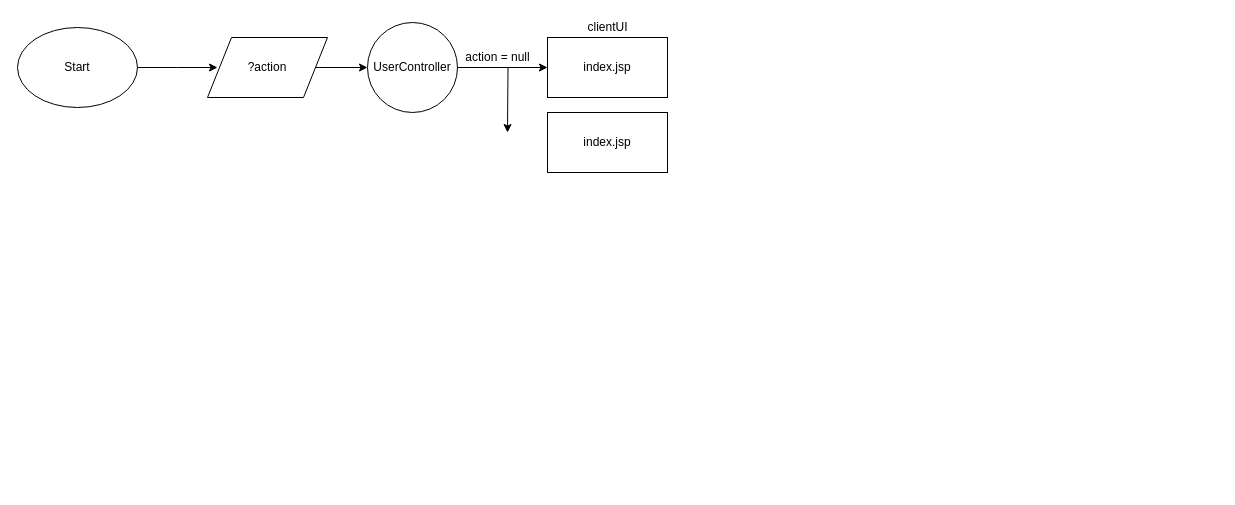
duyphuong403/PetCare keeps this draw.io diagram as page "Software Flowchart" (3 of 4) of Documents/Diagrams/Overrall-Design.drawio. Above is the earlier version. Source tidied: cells renumbered, new cells numbered last; positions are measured from the earlier drawing's top-left corner, leaving out a move shared by most shapes. Both pictures are drawn from the tidied source at 100%, with x=0, y=0 at pixel (17, 17).
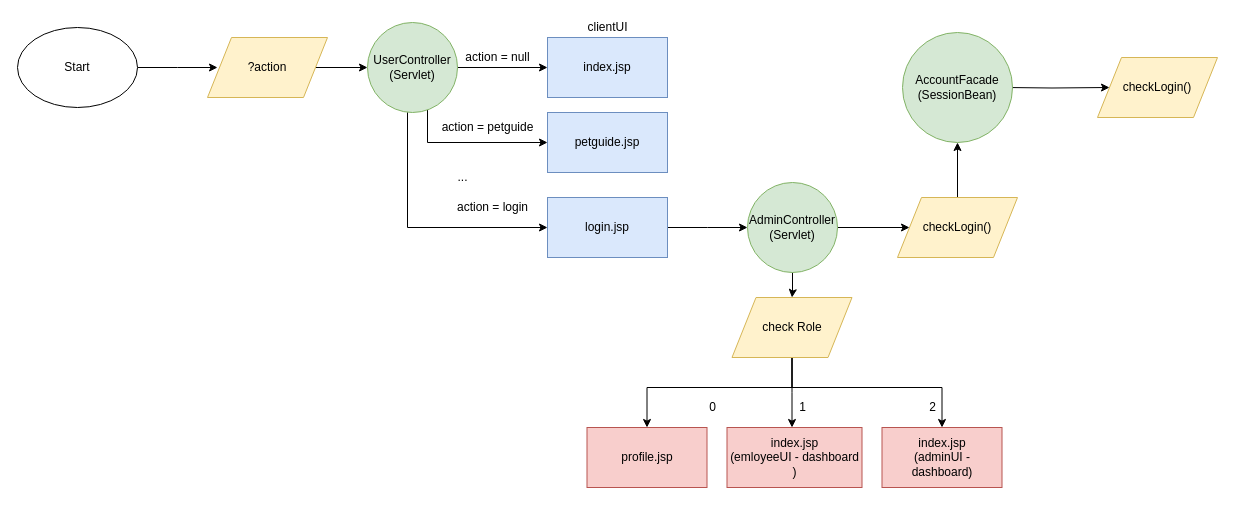
Above is the later version.

What changed in the source:
```diff
@@
-    <mxCell id="4" value="index.jsp" style="rounded=0;whiteSpace=wrap;html=1;" parent="1" vertex="1">
+    <mxCell id="4" value="index.jsp" style="rounded=0;whiteSpace=wrap;html=1;fillColor=#dae8fc;strokeColor=#6c8ebf;" parent="1" vertex="1">
       <mxGeometry x="530" y="20" width="120" height="60" as="geometry" />
     </mxCell>
@@
-    <mxCell id="7" style="edgeStyle=orthogonalEdgeStyle;rounded=0;jettySize=auto;html=1;" parent="1" edge="1" source="8">
+    <mxCell id="7" style="edgeStyle=orthogonalEdgeStyle;rounded=0;jettySize=auto;html=1;entryX=0;entryY=0.5;entryDx=0;entryDy=0;" parent="1" edge="1" source="8" target="12">
       <mxGeometry relative="1" as="geometry">
-        <mxPoint x="490" y="115" as="targetPoint" />
+        <Array as="points">
+          <mxPoint x="410" y="125" />
+        </Array>
       </mxGeometry>
     </mxCell>
+    <mxCell id="13" style="edgeStyle=orthogonalEdgeStyle;rounded=0;jettySize=auto;html=1;entryX=0;entryY=0.5;entryDx=0;entryDy=0;" parent="1" edge="1" source="8" target="17">
+      <mxGeometry relative="1" as="geometry">
+        <Array as="points">
+          <mxPoint x="390" y="210" />
+        </Array>
+      </mxGeometry>
+    </mxCell>
-    <mxCell id="8" value="UserController" style="ellipse;whiteSpace=wrap;html=1;" parent="1" vertex="1">
+    <mxCell id="8" value="UserController&lt;br&gt;(Servlet)" style="ellipse;whiteSpace=wrap;html=1;fillColor=#d5e8d4;strokeColor=#82b366;" parent="1" vertex="1">
       <mxGeometry x="350" y="5" width="90" height="90" as="geometry" />
     </mxCell>
@@
-    <mxCell id="10" value="?action" style="shape=parallelogram;perimeter=parallelogramPerimeter;whiteSpace=wrap;html=1;" parent="1" vertex="1">
+    <mxCell id="10" value="?action" style="shape=parallelogram;perimeter=parallelogramPerimeter;whiteSpace=wrap;html=1;fillColor=#fff2cc;strokeColor=#d6b656;" parent="1" vertex="1">
       <mxGeometry x="190" y="20" width="120" height="60" as="geometry" />
     </mxCell>
@@
-    <mxCell id="12" value="index.jsp" style="rounded=0;whiteSpace=wrap;html=1;" parent="1" vertex="1">
+    <mxCell id="12" value="petguide.jsp" style="rounded=0;whiteSpace=wrap;html=1;fillColor=#dae8fc;strokeColor=#6c8ebf;" parent="1" vertex="1">
       <mxGeometry x="530" y="95" width="120" height="60" as="geometry" />
     </mxCell>
+    <mxCell id="14" value="action = petguide" style="text;html=1;align=center;verticalAlign=middle;" parent="1" vertex="1">
+      <mxGeometry x="415" y="100" width="110" height="20" as="geometry" />
+    </mxCell>
+    <mxCell id="15" value="..." style="text;html=1;align=center;verticalAlign=middle;" parent="1" vertex="1">
+      <mxGeometry x="430" y="150" width="30" height="20" as="geometry" />
+    </mxCell>
+    <mxCell id="16" style="edgeStyle=orthogonalEdgeStyle;rounded=0;jettySize=auto;html=1;" parent="1" edge="1" source="17">
+      <mxGeometry relative="1" as="geometry">
+        <mxPoint x="730" y="210" as="targetPoint" />
+      </mxGeometry>
+    </mxCell>
+    <mxCell id="17" value="login.jsp" style="rounded=0;whiteSpace=wrap;html=1;fillColor=#dae8fc;strokeColor=#6c8ebf;" parent="1" vertex="1">
+      <mxGeometry x="530" y="180" width="120" height="60" as="geometry" />
+    </mxCell>
+    <mxCell id="18" value="action = login" style="text;html=1;align=center;verticalAlign=middle;" parent="1" vertex="1">
+      <mxGeometry x="430" y="180" width="90" height="20" as="geometry" />
+    </mxCell>
+    <mxCell id="19" style="edgeStyle=orthogonalEdgeStyle;rounded=0;jettySize=auto;html=1;entryX=0.5;entryY=0;entryDx=0;entryDy=0;" parent="1" edge="1" source="22" target="26">
+      <mxGeometry relative="1" as="geometry">
+        <Array as="points">
+          <mxPoint x="774.5" y="370" />
+          <mxPoint x="629.5" y="370" />
+        </Array>
+      </mxGeometry>
+    </mxCell>
+    <mxCell id="20" style="edgeStyle=orthogonalEdgeStyle;rounded=0;jettySize=auto;html=1;" parent="1" edge="1" source="22">
+      <mxGeometry relative="1" as="geometry">
+        <mxPoint x="774.5" y="410" as="targetPoint" />
+      </mxGeometry>
+    </mxCell>
+    <mxCell id="21" style="edgeStyle=orthogonalEdgeStyle;rounded=0;jettySize=auto;html=1;entryX=0.5;entryY=0;entryDx=0;entryDy=0;" parent="1" edge="1" source="22" target="27">
+      <mxGeometry relative="1" as="geometry">
+        <Array as="points">
+          <mxPoint x="774.5" y="370" />
+          <mxPoint x="924.5" y="370" />
+        </Array>
+      </mxGeometry>
+    </mxCell>
+    <mxCell id="22" value="check Role" style="shape=parallelogram;perimeter=parallelogramPerimeter;whiteSpace=wrap;html=1;fillColor=#fff2cc;strokeColor=#d6b656;" parent="1" vertex="1">
+      <mxGeometry x="714.5" y="280" width="120" height="60" as="geometry" />
+    </mxCell>
+    <mxCell id="23" value="0" style="text;html=1;align=center;verticalAlign=middle;" parent="1" vertex="1">
+      <mxGeometry x="684.5" y="380" width="20" height="20" as="geometry" />
+    </mxCell>
+    <mxCell id="24" value="1" style="text;html=1;align=center;verticalAlign=middle;" parent="1" vertex="1">
+      <mxGeometry x="774.5" y="380" width="20" height="20" as="geometry" />
+    </mxCell>
+    <mxCell id="25" value="2" style="text;html=1;align=center;verticalAlign=middle;" parent="1" vertex="1">
+      <mxGeometry x="904.5" y="380" width="20" height="20" as="geometry" />
+    </mxCell>
+    <mxCell id="26" value="profile.jsp" style="rounded=0;whiteSpace=wrap;html=1;fillColor=#f8cecc;strokeColor=#b85450;" parent="1" vertex="1">
+      <mxGeometry x="569.5" y="410" width="120" height="60" as="geometry" />
+    </mxCell>
+    <mxCell id="27" value="index.jsp&lt;br&gt;(adminUI - dashboard)" style="rounded=0;whiteSpace=wrap;html=1;fillColor=#f8cecc;strokeColor=#b85450;" parent="1" vertex="1">
+      <mxGeometry x="864.5" y="410" width="120" height="60" as="geometry" />
+    </mxCell>
+    <mxCell id="28" value="index.jsp&lt;br&gt;(emloyeeUI - dashboard&lt;br&gt;)" style="rounded=0;whiteSpace=wrap;html=1;fillColor=#f8cecc;strokeColor=#b85450;" parent="1" vertex="1">
+      <mxGeometry x="709.5" y="410" width="135" height="60" as="geometry" />
+    </mxCell>
+    <mxCell id="29" style="edgeStyle=orthogonalEdgeStyle;rounded=0;jettySize=auto;html=1;" parent="1" edge="1" source="31" target="22">
+      <mxGeometry relative="1" as="geometry" />
+    </mxCell>
+    <mxCell id="30" style="edgeStyle=orthogonalEdgeStyle;rounded=0;jettySize=auto;html=1;" parent="1" edge="1" source="31" target="33">
+      <mxGeometry relative="1" as="geometry" />
+    </mxCell>
+    <mxCell id="31" value="AdminController&lt;br&gt;(Servlet)" style="ellipse;whiteSpace=wrap;html=1;fillColor=#d5e8d4;strokeColor=#82b366;" parent="1" vertex="1">
+      <mxGeometry x="730" y="165" width="90" height="90" as="geometry" />
+    </mxCell>
+    <mxCell id="32" style="edgeStyle=orthogonalEdgeStyle;rounded=0;jettySize=auto;html=1;" parent="1" edge="1" source="33" target="36">
+      <mxGeometry relative="1" as="geometry" />
+    </mxCell>
+    <mxCell id="33" value="checkLogin()" style="shape=parallelogram;perimeter=parallelogramPerimeter;whiteSpace=wrap;html=1;fillColor=#fff2cc;strokeColor=#d6b656;" parent="1" vertex="1">
+      <mxGeometry x="880" y="180" width="120" height="60" as="geometry" />
+    </mxCell>
+    <mxCell id="34" style="edgeStyle=orthogonalEdgeStyle;rounded=0;jettySize=auto;html=1;" parent="1" edge="1" target="35">
+      <mxGeometry relative="1" as="geometry">
+        <mxPoint x="988" y="70" as="sourcePoint" />
+      </mxGeometry>
+    </mxCell>
+    <mxCell id="35" value="checkLogin()" style="shape=parallelogram;perimeter=parallelogramPerimeter;whiteSpace=wrap;html=1;fillColor=#fff2cc;strokeColor=#d6b656;" parent="1" vertex="1">
+      <mxGeometry x="1080" y="40" width="120" height="60" as="geometry" />
+    </mxCell>
+    <mxCell id="36" value="AccountFacade&lt;br&gt;(SessionBean)" style="ellipse;whiteSpace=wrap;html=1;fillColor=#d5e8d4;strokeColor=#82b366;" parent="1" vertex="1">
+      <mxGeometry x="885" y="15" width="110" height="110" as="geometry" />
+    </mxCell>
```
